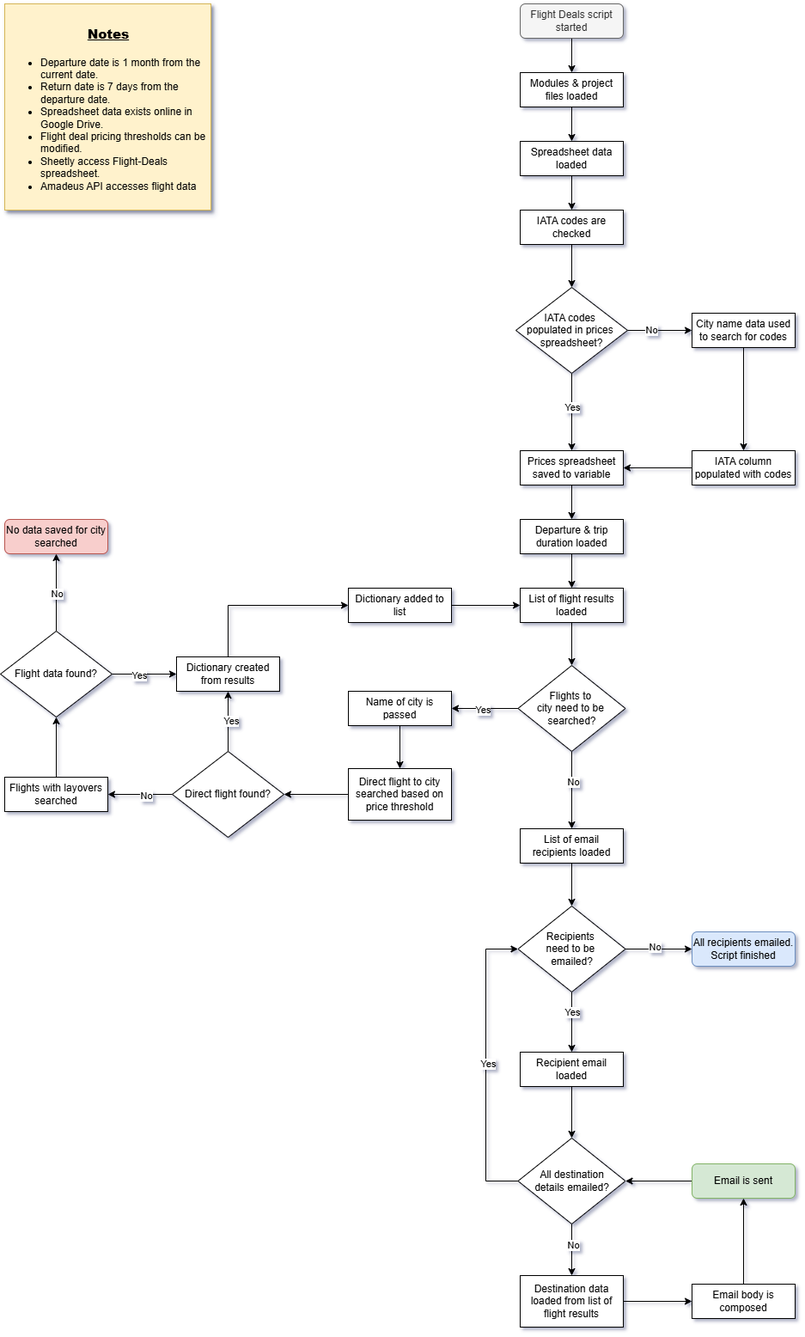
Above: Images/Day40-FlightDealFlow.png in briansalazar-tech/100DaysofCode-CourseProjects (draw.io), before the change. Source tidied: cells renumbered, new cells last; positions are measured from the earlier drawing's top-left corner, leaving out a move shared by most shapes.
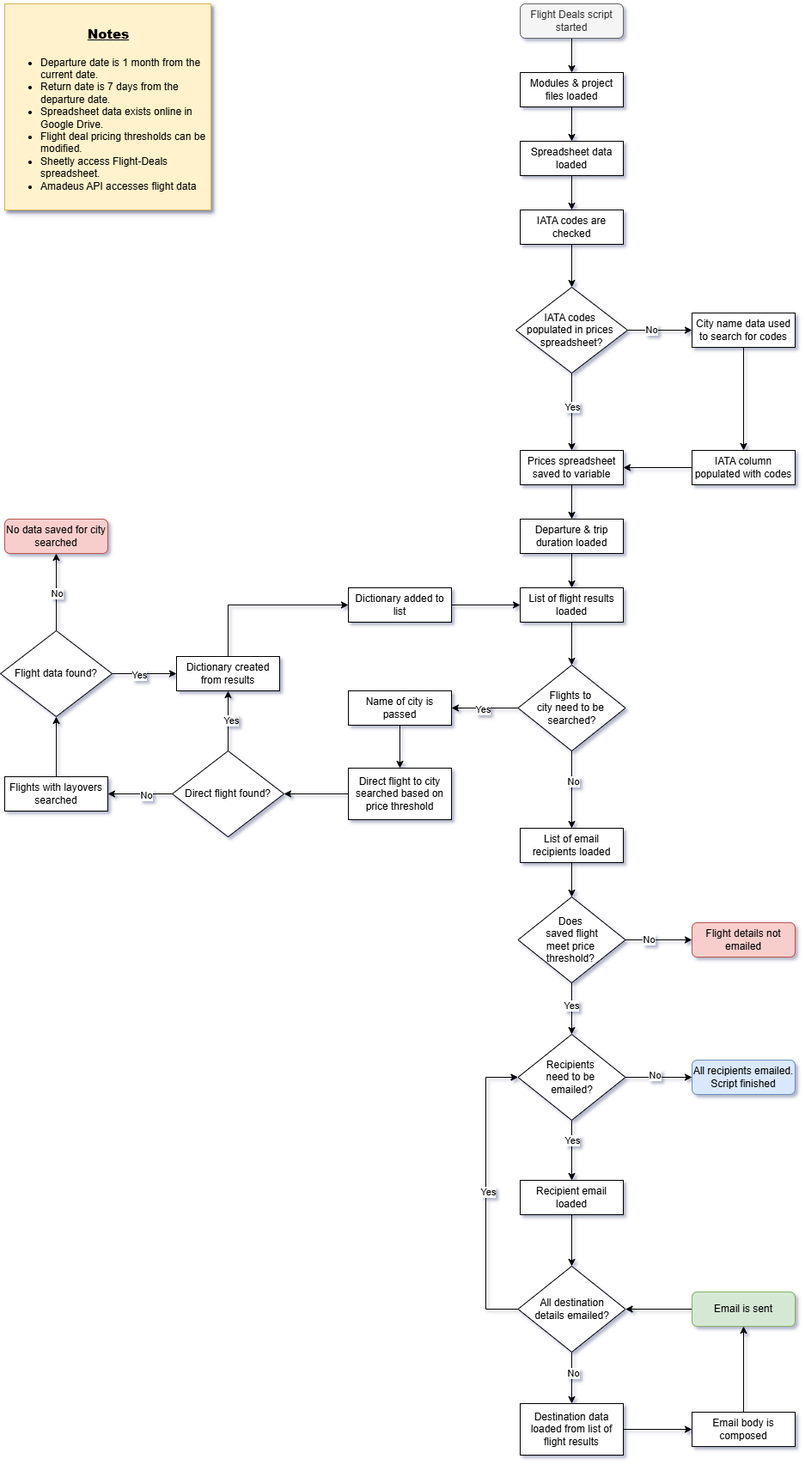
After the commit.

Change to the diagram source:
```diff
@@ -149,9 +149,9 @@
     <mxCell id="48" value="Dictionary added to list" style="rounded=0;whiteSpace=wrap;html=1;" parent="1" vertex="1">
       <mxGeometry x="405" y="680" width="120" height="40" as="geometry" />
     </mxCell>
-    <mxCell id="49" style="edgeStyle=orthogonalEdgeStyle;rounded=0;jettySize=auto;html=1;" parent="1" edge="1" source="50" target="55">
-      <mxGeometry relative="1" as="geometry" />
-    </mxCell>
+    <mxCell id="73" style="edgeStyle=orthogonalEdgeStyle;rounded=0;jettySize=auto;html=1;" parent="1" edge="1" source="50" target="78">
+      <mxGeometry relative="1" as="geometry" />
+    </mxCell>
     <mxCell id="50" value="List of email recipients loaded" style="rounded=0;whiteSpace=wrap;html=1;" parent="1" vertex="1">
       <mxGeometry x="605" y="960" width="120" height="40" as="geometry" />
     </mxCell>
@@ -170,10 +170,10 @@
       </mxGeometry>
     </mxCell>
     <mxCell id="55" value="&lt;div&gt;Recipients&amp;nbsp;&lt;/div&gt;&lt;div&gt;need to be&amp;nbsp;&lt;/div&gt;&lt;div&gt;emailed?&lt;/div&gt;" style="rhombus;whiteSpace=wrap;html=1;" parent="1" vertex="1">
-      <mxGeometry x="602.5" y="1050" width="125" height="100" as="geometry" />
+      <mxGeometry x="602.5" y="1200" width="125" height="100" as="geometry" />
     </mxCell>
     <mxCell id="56" value="All recipients emailed. Script finished" style="rounded=1;whiteSpace=wrap;html=1;fillColor=#dae8fc;strokeColor=#6c8ebf;" parent="1" vertex="1">
-      <mxGeometry x="805" y="1080" width="120" height="40" as="geometry" />
+      <mxGeometry x="805" y="1230" width="120" height="40" as="geometry" />
     </mxCell>
     <mxCell id="57" style="edgeStyle=orthogonalEdgeStyle;rounded=0;jettySize=auto;html=1;" parent="1" edge="1" source="58" target="29">
       <mxGeometry relative="1" as="geometry" />
@@ -185,13 +185,13 @@
       <mxGeometry relative="1" as="geometry" />
     </mxCell>
     <mxCell id="60" value="Recipient email loaded" style="rounded=0;whiteSpace=wrap;html=1;" parent="1" vertex="1">
-      <mxGeometry x="605" y="1220" width="120" height="40" as="geometry" />
+      <mxGeometry x="605" y="1370" width="120" height="40" as="geometry" />
     </mxCell>
     <mxCell id="61" style="edgeStyle=orthogonalEdgeStyle;rounded=0;jettySize=auto;html=1;entryX=0;entryY=0.5;entryDx=0;entryDy=0;" parent="1" edge="1" source="65" target="55">
       <mxGeometry relative="1" as="geometry">
         <Array as="points">
-          <mxPoint x="565" y="1370" />
-          <mxPoint x="565" y="1100" />
+          <mxPoint x="565" y="1520" />
+          <mxPoint x="565" y="1250" />
         </Array>
       </mxGeometry>
     </mxCell>
@@ -207,28 +207,46 @@
       <mxGeometry x="-0.2" y="1" relative="1" as="geometry" />
     </mxCell>
     <mxCell id="65" value="All destination&lt;div&gt;details emailed?&lt;/div&gt;" style="rhombus;whiteSpace=wrap;html=1;" parent="1" vertex="1">
-      <mxGeometry x="602.5" y="1320" width="125" height="100" as="geometry" />
+      <mxGeometry x="602.5" y="1470" width="125" height="100" as="geometry" />
     </mxCell>
     <mxCell id="66" style="edgeStyle=orthogonalEdgeStyle;rounded=0;jettySize=auto;html=1;" parent="1" edge="1" source="67" target="69">
       <mxGeometry relative="1" as="geometry" />
     </mxCell>
     <mxCell id="67" value="Destination data loaded from list of flight results" style="rounded=0;whiteSpace=wrap;html=1;" parent="1" vertex="1">
-      <mxGeometry x="605" y="1480" width="120" height="60" as="geometry" />
+      <mxGeometry x="605" y="1630" width="120" height="60" as="geometry" />
     </mxCell>
     <mxCell id="68" style="edgeStyle=orthogonalEdgeStyle;rounded=0;jettySize=auto;html=1;" parent="1" edge="1" source="69" target="71">
       <mxGeometry relative="1" as="geometry" />
     </mxCell>
     <mxCell id="69" value="Email body is composed" style="rounded=0;whiteSpace=wrap;html=1;" parent="1" vertex="1">
-      <mxGeometry x="805" y="1490" width="120" height="40" as="geometry" />
+      <mxGeometry x="805" y="1640" width="120" height="40" as="geometry" />
     </mxCell>
     <mxCell id="70" style="edgeStyle=orthogonalEdgeStyle;rounded=0;jettySize=auto;html=1;" parent="1" edge="1" source="71" target="65">
       <mxGeometry relative="1" as="geometry" />
     </mxCell>
     <mxCell id="71" value="Email is sent" style="rounded=1;whiteSpace=wrap;html=1;fillColor=#d5e8d4;strokeColor=#82b366;" parent="1" vertex="1">
-      <mxGeometry x="805" y="1350" width="120" height="40" as="geometry" />
+      <mxGeometry x="805" y="1500" width="120" height="40" as="geometry" />
     </mxCell>
     <mxCell id="72" value="&lt;h2 style=&quot;text-align: center;&quot;&gt;&lt;b style=&quot;background-color: transparent; color: light-dark(rgb(0, 0, 0), rgb(255, 255, 255));&quot;&gt;&lt;u&gt;&lt;font style=&quot;font-size: 15px;&quot;&gt;Notes&lt;/font&gt;&lt;/u&gt;&lt;/b&gt;&lt;/h2&gt;&lt;div&gt;&lt;ul&gt;&lt;li&gt;Departure date is 1 month from the current date.&lt;/li&gt;&lt;li&gt;Return date is 7 days from the departure date.&lt;/li&gt;&lt;li&gt;Spreadsheet data exists online in Google Drive.&lt;/li&gt;&lt;li&gt;Flight deal pricing thresholds can be modified.&lt;/li&gt;&lt;li&gt;Sheetly access Flight-Deals spreadsheet.&lt;/li&gt;&lt;li&gt;Amadeus API accesses flight data&lt;/li&gt;&lt;/ul&gt;&lt;/div&gt;" style="whiteSpace=wrap;html=1;align=left;fillColor=#fff2cc;strokeColor=#d6b656;perimeterSpacing=5;shadow=1;" parent="1" vertex="1">
       <mxGeometry x="5" width="240" height="240" as="geometry" />
     </mxCell>
+    <mxCell id="74" style="edgeStyle=orthogonalEdgeStyle;rounded=0;jettySize=auto;html=1;" parent="1" edge="1" source="78" target="55">
+      <mxGeometry relative="1" as="geometry" />
+    </mxCell>
+    <mxCell id="75" value="Yes" style="edgeLabel;html=1;align=center;verticalAlign=middle;" parent="74" vertex="1">
+      <mxGeometry x="-0.13" y="-1" relative="1" as="geometry" />
+    </mxCell>
+    <mxCell id="76" style="edgeStyle=orthogonalEdgeStyle;rounded=0;jettySize=auto;html=1;" parent="1" edge="1" source="78" target="79">
+      <mxGeometry relative="1" as="geometry" />
+    </mxCell>
+    <mxCell id="77" value="No" style="edgeLabel;html=1;align=center;verticalAlign=middle;" parent="76" vertex="1">
+      <mxGeometry x="-0.32" y="1" relative="1" as="geometry" />
+    </mxCell>
+    <mxCell id="78" value="Does&amp;nbsp;&lt;div&gt;saved flight&lt;div&gt;meet price&amp;nbsp;&lt;/div&gt;&lt;div&gt;threshold?&amp;nbsp;&lt;/div&gt;&lt;/div&gt;" style="rhombus;whiteSpace=wrap;html=1;" parent="1" vertex="1">
+      <mxGeometry x="602.5" y="1040" width="125" height="100" as="geometry" />
+    </mxCell>
+    <mxCell id="79" value="Flight details not emailed" style="rounded=1;whiteSpace=wrap;html=1;fillColor=#f8cecc;strokeColor=#b85450;" parent="1" vertex="1">
+      <mxGeometry x="805" y="1070" width="120" height="40" as="geometry" />
+    </mxCell>
   </root>
 </mxGraphModel>
```
